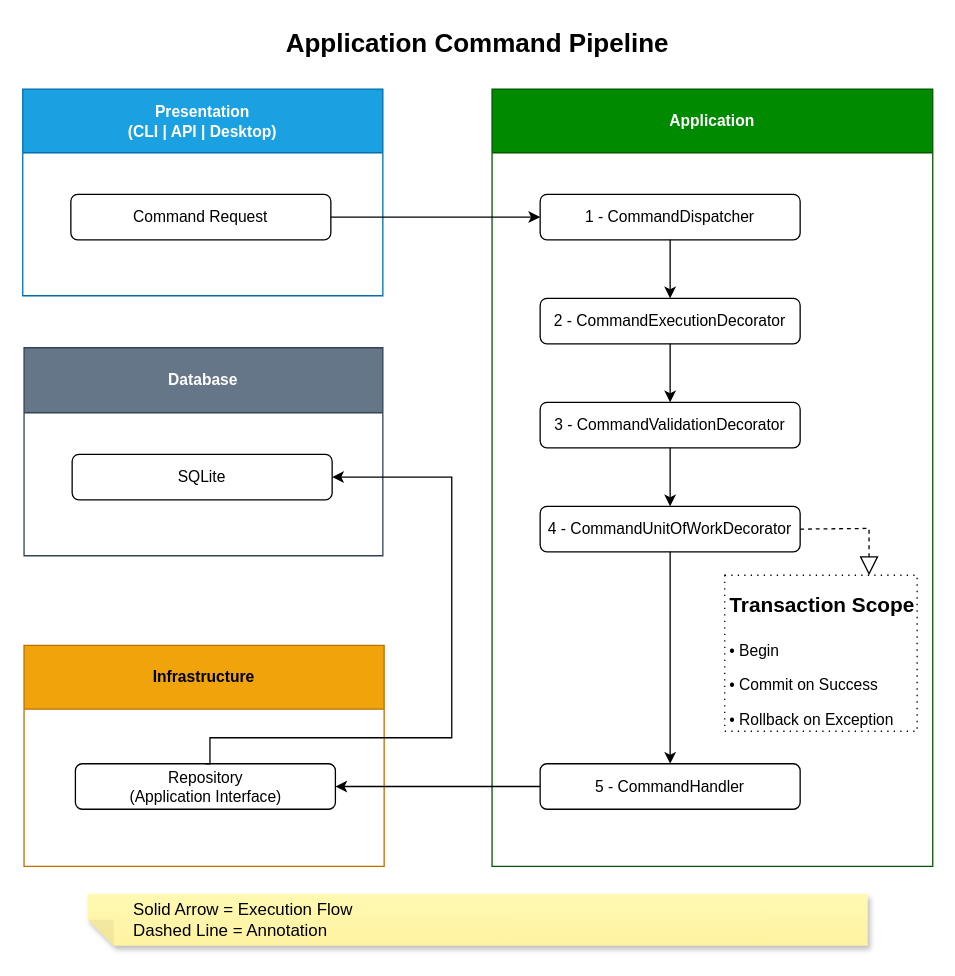
sergio-lopes-developer/whoami keeps this draw.io diagram as docs/application/application-command-pipeline.drawio. Above is the earlier version. Source tidied: cells renumbered, new cells numbered last; positions are measured from the earlier drawing's top-left corner, leaving out a move shared by most shapes. Both pictures are drawn from the tidied source at 130%, with x=0, y=0 at pixel (22, 22).
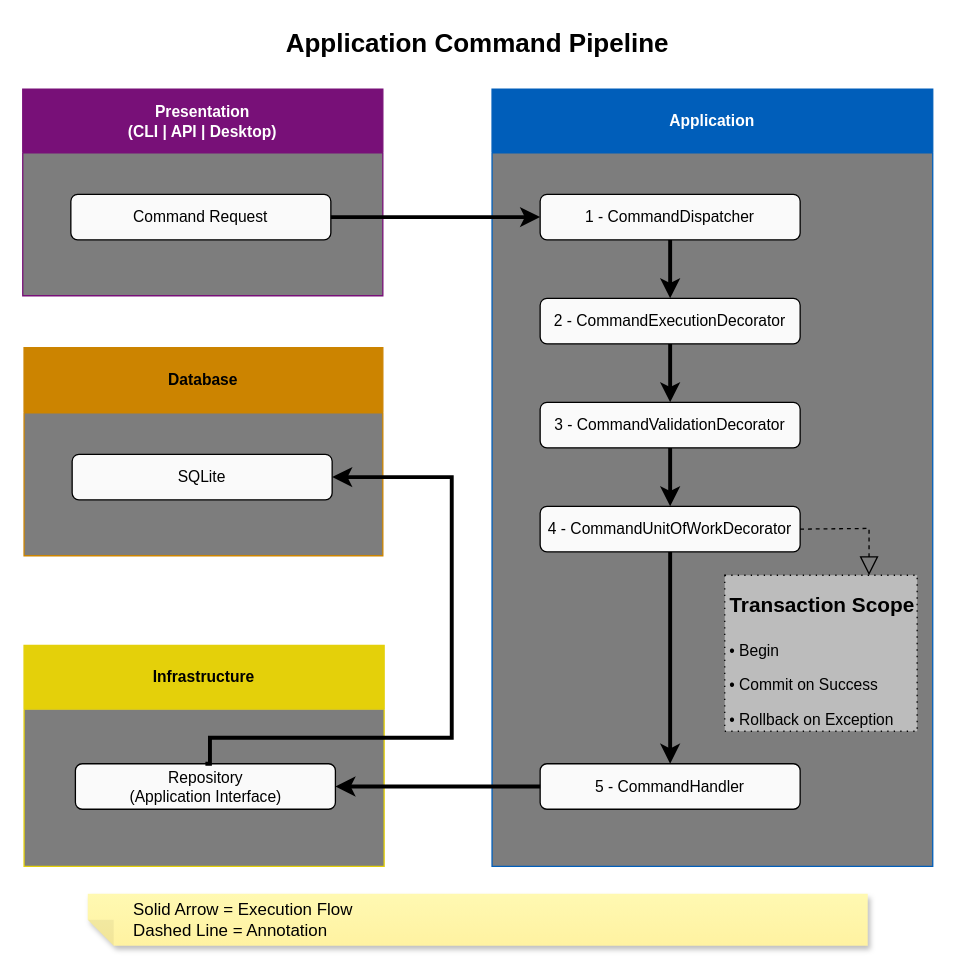
Above is the later version.

Commit message (it also covers changes not shown here):
docs: fix diagram colors for GitHub light and dark mode

Change to the diagram source:
```diff
@@
-    <mxCell id="2" value="Presentation&#10;(CLI | API | Desktop)" style="swimlane;whiteSpace=wrap;html=1;startSize=49;fillColor=#1ba1e2;strokeColor=#006EAF;fontColor=#ffffff;swimlaneFillColor=default;gradientColor=none;" parent="1" vertex="1">
+    <mxCell id="2" value="Presentation&#10;(CLI | API | Desktop)" style="swimlane;whiteSpace=wrap;html=1;startSize=49;fillColor=light-dark(#781078,#781078);strokeColor=light-dark(#781078,#781078);fontColor=light-dark(#FFFFFF,#FFFFFF);swimlaneFillColor=light-dark(#7D7D7D,#7D7D7D);gradientColor=none;fillStyle=solid;" parent="1" vertex="1">
       <mxGeometry y="51" width="277" height="159" as="geometry" />
     </mxCell>
-    <mxCell id="3" value="Command Request" style="rounded=1;whiteSpace=wrap;html=1;fillColor=none;" parent="2" vertex="1">
+    <mxCell id="3" value="Command Request" style="rounded=1;whiteSpace=wrap;html=1;fillColor=light-dark(#FAFAFA,#FAFAFA);fillStyle=solid;fontColor=light-dark(#000000,#000000);" parent="2" vertex="1">
       <mxGeometry x="37" y="81" width="200" height="35" as="geometry" />
     </mxCell>
-    <mxCell id="4" value="&lt;div&gt;Application&lt;/div&gt;" style="swimlane;whiteSpace=wrap;html=1;startSize=49;fillColor=#008a00;strokeColor=#005700;fontColor=#ffffff;swimlaneFillColor=default;gradientColor=none;" parent="1" vertex="1">
+    <mxCell id="4" value="&lt;div&gt;Application&lt;/div&gt;" style="swimlane;whiteSpace=wrap;html=1;startSize=49;fillColor=light-dark(#005EBA,#005EBA);strokeColor=light-dark(#005EBA,#005EBA);fontColor=light-dark(#FFFFFF,#FFFFFF);swimlaneFillColor=light-dark(#7D7D7D,#7D7D7D);gradientColor=none;fillStyle=solid;" parent="1" vertex="1">
       <mxGeometry x="361" y="51" width="339" height="598" as="geometry" />
     </mxCell>
-    <mxCell id="5" style="edgeStyle=orthogonalEdgeStyle;rounded=0;jettySize=auto;html=1;entryX=0.5;entryY=0;entryDx=0;entryDy=0;" parent="4" edge="1" source="6" target="8">
+    <mxCell id="5" style="edgeStyle=orthogonalEdgeStyle;rounded=0;jettySize=auto;html=1;entryX=0.5;entryY=0;entryDx=0;entryDy=0;fontColor=light-dark(#000000,#FFFFFF);strokeWidth=3;" parent="4" edge="1" source="6" target="8">
       <mxGeometry relative="1" as="geometry" />
     </mxCell>
-    <mxCell id="6" value="1 - CommandDispatcher" style="rounded=1;whiteSpace=wrap;html=1;fillColor=none;" parent="4" vertex="1">
+    <mxCell id="6" value="1 - CommandDispatcher" style="rounded=1;whiteSpace=wrap;html=1;fillColor=light-dark(#FAFAFA,#FAFAFA);fillStyle=solid;fontColor=light-dark(#000000,#000000);" parent="4" vertex="1">
       <mxGeometry x="37" y="81" width="200" height="35" as="geometry" />
     </mxCell>
-    <mxCell id="7" style="edgeStyle=orthogonalEdgeStyle;rounded=0;jettySize=auto;html=1;exitX=0.5;exitY=1;exitDx=0;exitDy=0;entryX=0.5;entryY=0;entryDx=0;entryDy=0;" parent="4" edge="1" source="8" target="10">
+    <mxCell id="7" style="edgeStyle=orthogonalEdgeStyle;rounded=0;jettySize=auto;html=1;exitX=0.5;exitY=1;exitDx=0;exitDy=0;entryX=0.5;entryY=0;entryDx=0;entryDy=0;strokeWidth=3;strokeColor=light-dark(#000000,#FFFFFF);" parent="4" edge="1" source="8" target="10">
       <mxGeometry relative="1" as="geometry" />
     </mxCell>
-    <mxCell id="8" value="2 - CommandExecutionDecorator" style="rounded=1;whiteSpace=wrap;html=1;fillColor=none;" parent="4" vertex="1">
+    <mxCell id="8" value="2 - CommandExecutionDecorator" style="rounded=1;whiteSpace=wrap;html=1;fillColor=light-dark(#FAFAFA,#FAFAFA);fontColor=light-dark(#000000,#000000);fillStyle=solid;" parent="4" vertex="1">
       <mxGeometry x="37" y="161" width="200" height="35" as="geometry" />
     </mxCell>
-    <mxCell id="9" style="edgeStyle=orthogonalEdgeStyle;rounded=0;jettySize=auto;html=1;entryX=0.5;entryY=0;entryDx=0;entryDy=0;" parent="4" edge="1" source="10" target="12">
+    <mxCell id="9" style="edgeStyle=orthogonalEdgeStyle;rounded=0;jettySize=auto;html=1;entryX=0.5;entryY=0;entryDx=0;entryDy=0;strokeWidth=3;strokeColor=light-dark(#000000,#FFFFFF);" parent="4" edge="1" source="10" target="12">
       <mxGeometry relative="1" as="geometry" />
     </mxCell>
-    <mxCell id="10" value="3 - CommandValidationDecorator" style="rounded=1;whiteSpace=wrap;html=1;fillColor=none;" parent="4" vertex="1">
+    <mxCell id="10" value="3 - CommandValidationDecorator" style="rounded=1;whiteSpace=wrap;html=1;fillColor=light-dark(#FAFAFA,#FAFAFA);fontColor=light-dark(#000000,#000000);fillStyle=solid;" parent="4" vertex="1">
       <mxGeometry x="37" y="241" width="200" height="35" as="geometry" />
     </mxCell>
-    <mxCell id="11" style="edgeStyle=orthogonalEdgeStyle;rounded=0;jettySize=auto;html=1;" parent="4" edge="1" source="12" target="13">
+    <mxCell id="11" style="edgeStyle=orthogonalEdgeStyle;rounded=0;jettySize=auto;html=1;strokeWidth=3;strokeColor=light-dark(#000000,#FFFFFF);" parent="4" edge="1" source="12" target="13">
       <mxGeometry relative="1" as="geometry" />
     </mxCell>
-    <mxCell id="12" value="4 - CommandUnitOfWorkDecorator" style="rounded=1;whiteSpace=wrap;html=1;fillColor=none;" parent="4" vertex="1">
+    <mxCell id="12" value="4 - CommandUnitOfWorkDecorator" style="rounded=1;whiteSpace=wrap;html=1;fillColor=light-dark(#FAFAFA,#FAFAFA);fontColor=light-dark(#000000,#000000);fillStyle=solid;" parent="4" vertex="1">
       <mxGeometry x="37" y="321" width="200" height="35" as="geometry" />
     </mxCell>
-    <mxCell id="13" value="5 - CommandHandler" style="rounded=1;whiteSpace=wrap;html=1;fillColor=none;" parent="4" vertex="1">
+    <mxCell id="13" value="5 - CommandHandler" style="rounded=1;whiteSpace=wrap;html=1;fillColor=light-dark(#FAFAFA,#FAFAFA);fontColor=light-dark(#000000,#000000);fillStyle=solid;" parent="4" vertex="1">
       <mxGeometry x="37" y="519" width="200" height="35" as="geometry" />
     </mxCell>
-    <mxCell id="14" value="&lt;h1 style=&quot;margin-top: 0px;&quot;&gt;&lt;font style=&quot;font-size: 16px;&quot;&gt;Transaction Scope&lt;/font&gt;&lt;/h1&gt;&lt;p&gt;• Begin&lt;/p&gt;&lt;p&gt;• Commit on Success&lt;/p&gt;&lt;p&gt;• Rollback on Exception&lt;/p&gt;" style="text;html=1;whiteSpace=wrap;overflow=hidden;rounded=0;strokeColor=default;spacingLeft=2;spacingBottom=0;dashed=1;dashPattern=1 4;" parent="4" vertex="1">
+    <mxCell id="14" value="&lt;h1 style=&quot;margin-top: 0px;&quot;&gt;&lt;font style=&quot;font-size: 16px;&quot;&gt;Transaction Scope&lt;/font&gt;&lt;/h1&gt;&lt;p&gt;• Begin&lt;/p&gt;&lt;p&gt;• Commit on Success&lt;/p&gt;&lt;p&gt;• Rollback on Exception&lt;/p&gt;" style="text;html=1;whiteSpace=wrap;overflow=hidden;rounded=0;strokeColor=light-dark(#000000,#FFFFFF);spacingLeft=2;spacingBottom=0;dashed=1;dashPattern=1 4;fontColor=light-dark(#000000,#000000);fillColor=light-dark(#BCBCBC,#BCBCBC);" parent="4" vertex="1">
       <mxGeometry x="179" y="374" width="148" height="120" as="geometry" />
     </mxCell>
-    <mxCell id="15" style="endArrow=block;dashed=1;endFill=0;endSize=12;html=1;rounded=0;exitX=1;exitY=0.5;exitDx=0;exitDy=0;entryX=0.75;entryY=0;entryDx=0;entryDy=0;" parent="4" edge="1" source="12" target="14">
+    <mxCell id="15" style="endArrow=block;dashed=1;endFill=0;endSize=12;html=1;rounded=0;exitX=1;exitY=0.5;exitDx=0;exitDy=0;entryX=0.75;entryY=0;entryDx=0;entryDy=0;strokeWidth=1;strokeColor=light-dark(#000000,#FFFFFF);" parent="4" edge="1" source="12" target="14">
       <mxGeometry relative="1" as="geometry">
         <Array as="points">
           <mxPoint x="290" y="338" />
         </Array>
       </mxGeometry>
     </mxCell>
-    <mxCell id="16" value="&lt;div&gt;Infrastructure&lt;/div&gt;" style="swimlane;whiteSpace=wrap;html=1;startSize=49;fillColor=#f0a30a;strokeColor=#BD7000;fontColor=#000000;swimlaneFillColor=default;" parent="1" vertex="1">
+    <mxCell id="16" value="&lt;div&gt;Infrastructure&lt;/div&gt;" style="swimlane;whiteSpace=wrap;html=1;startSize=49;fillColor=light-dark(#E4D00A,#E4D00A);strokeColor=light-dark(#E4D00A,#E4D00A);fontColor=light-dark(#000000,#000000);swimlaneFillColor=light-dark(#7D7D7D,#7D7D7D);fillStyle=solid;" parent="1" vertex="1">
       <mxGeometry x="1" y="479" width="277" height="170" as="geometry" />
     </mxCell>
-    <mxCell id="17" value="&lt;div&gt;Repository&lt;/div&gt;&lt;div&gt;(Application Interface)&lt;/div&gt;" style="rounded=1;whiteSpace=wrap;html=1;fillColor=none;" parent="16" vertex="1">
+    <mxCell id="17" value="&lt;div&gt;Repository&lt;/div&gt;&lt;div&gt;(Application Interface)&lt;/div&gt;" style="rounded=1;whiteSpace=wrap;html=1;fillColor=light-dark(#FAFAFA,#FAFAFA);fontColor=light-dark(#000000,#000000);fillStyle=solid;" parent="16" vertex="1">
       <mxGeometry x="39.5" y="91" width="200" height="35" as="geometry" />
     </mxCell>
-    <mxCell id="18" style="edgeStyle=orthogonalEdgeStyle;rounded=0;jettySize=auto;html=1;exitX=1;exitY=0.5;exitDx=0;exitDy=0;entryX=0;entryY=0.5;entryDx=0;entryDy=0;" parent="1" edge="1" source="3" target="6">
+    <mxCell id="18" style="edgeStyle=orthogonalEdgeStyle;rounded=0;jettySize=auto;html=1;exitX=1;exitY=0.5;exitDx=0;exitDy=0;entryX=0;entryY=0.5;entryDx=0;entryDy=0;fontColor=light-dark(#000000,#FFFFFF);strokeWidth=3;" parent="1" edge="1" source="3" target="6">
       <mxGeometry relative="1" as="geometry" />
     </mxCell>
-    <mxCell id="19" style="edgeStyle=orthogonalEdgeStyle;rounded=0;jettySize=auto;html=1;entryX=1;entryY=0.5;entryDx=0;entryDy=0;" parent="1" edge="1" source="13" target="17">
+    <mxCell id="19" style="edgeStyle=orthogonalEdgeStyle;rounded=0;jettySize=auto;html=1;entryX=1;entryY=0.5;entryDx=0;entryDy=0;strokeWidth=3;strokeColor=light-dark(#000000,#FFFFFF);" parent="1" edge="1" source="13" target="17">
       <mxGeometry relative="1" as="geometry" />
     </mxCell>
-    <mxCell id="20" value="Application Command Pipeline" style="text;html=1;whiteSpace=wrap;strokeColor=none;fillColor=none;align=center;verticalAlign=middle;rounded=0;gradientColor=none;fontSize=20;fontStyle=1;" parent="1" vertex="1">
+    <mxCell id="20" value="Application Command Pipeline" style="text;html=1;whiteSpace=wrap;strokeColor=none;fillColor=none;align=center;verticalAlign=middle;rounded=0;gradientColor=none;fontSize=20;fontStyle=1;fontColor=light-dark(#000000,#FFFFFF);" parent="1" vertex="1">
       <mxGeometry width="700" height="30" as="geometry" />
     </mxCell>
-    <mxCell id="21" value="Database" style="swimlane;whiteSpace=wrap;html=1;fillColor=#647687;strokeColor=#314354;startSize=50;fontColor=#ffffff;swimlaneFillColor=default;gradientColor=none;" parent="1" vertex="1">
+    <mxCell id="21" value="Database" style="swimlane;whiteSpace=wrap;html=1;fillColor=light-dark(#CC8400,#CC8400);strokeColor=light-dark(#CC8400,#CC8400);startSize=50;fontColor=light-dark(#000000,#000000);swimlaneFillColor=light-dark(#7D7D7D,#7D7D7D);gradientColor=none;fillStyle=solid;" parent="1" vertex="1">
       <mxGeometry x="1" y="250" width="276" height="160" as="geometry" />
     </mxCell>
-    <mxCell id="22" value="SQLite" style="rounded=1;whiteSpace=wrap;html=1;fillColor=none;" parent="21" vertex="1">
+    <mxCell id="22" value="SQLite" style="rounded=1;whiteSpace=wrap;html=1;fillColor=light-dark(#FAFAFA,#FAFAFA);fontColor=light-dark(#000000,#000000);fillStyle=solid;" parent="21" vertex="1">
       <mxGeometry x="37" y="82" width="200" height="35" as="geometry" />
     </mxCell>
-    <mxCell id="23" style="edgeStyle=orthogonalEdgeStyle;rounded=0;jettySize=auto;html=1;exitX=0.5;exitY=0;exitDx=0;exitDy=0;entryX=1;entryY=0.5;entryDx=0;entryDy=0;" parent="1" edge="1" source="17" target="22">
+    <mxCell id="23" style="edgeStyle=orthogonalEdgeStyle;rounded=0;jettySize=auto;html=1;exitX=0.5;exitY=0;exitDx=0;exitDy=0;entryX=1;entryY=0.5;entryDx=0;entryDy=0;strokeWidth=3;strokeColor=light-dark(#000000,#FFFFFF);" parent="1" edge="1" source="17" target="22">
       <mxGeometry relative="1" as="geometry">
         <Array as="points">
           <mxPoint x="144" y="550" />
           <mxPoint x="330" y="550" />
           <mxPoint x="330" y="350" />
         </Array>
       </mxGeometry>
     </mxCell>
```
